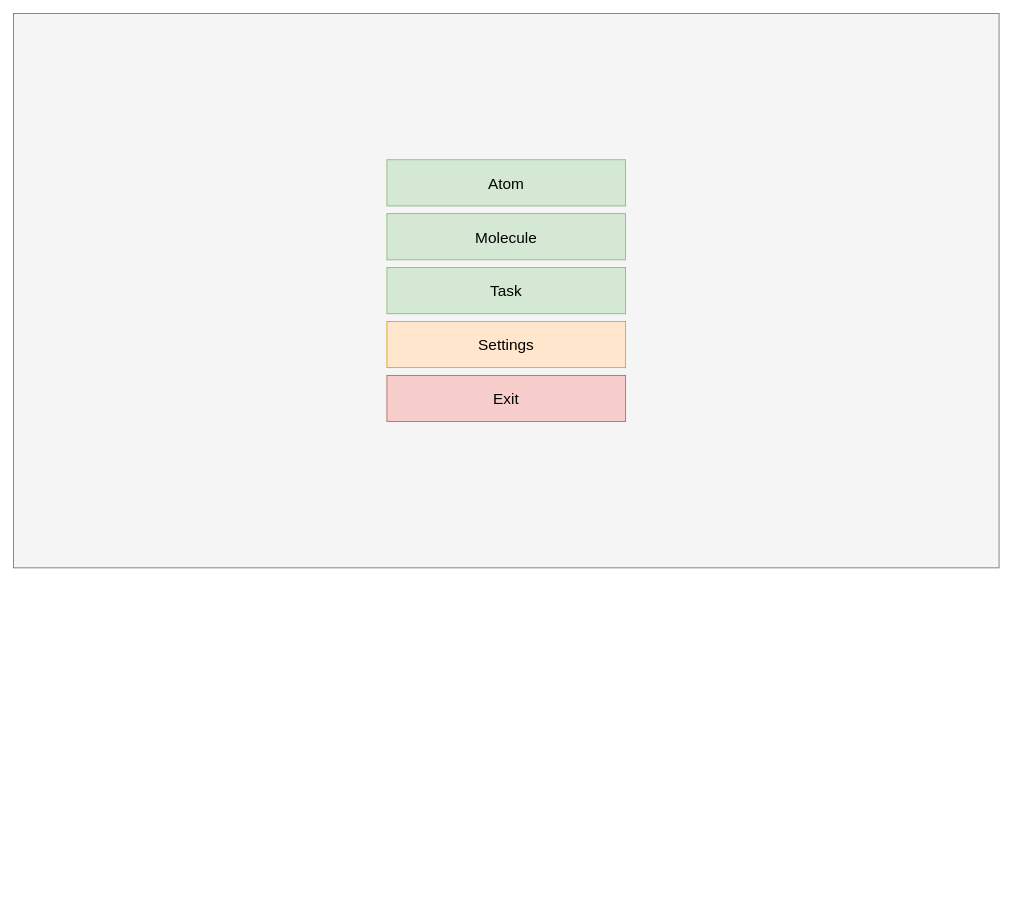
This is page "Main Menu" (1 of 4) of Planning/UX.drawio from KH241/Krypton, a draw.io file, before an edit. Source tidied: cells renumbered, new cells numbered last; positions are measured from the earlier drawing's top-left corner, leaving out a move shared by most shapes. Both pictures are drawn from the tidied source at 77%, with x=0, y=0 at pixel (13, 13).
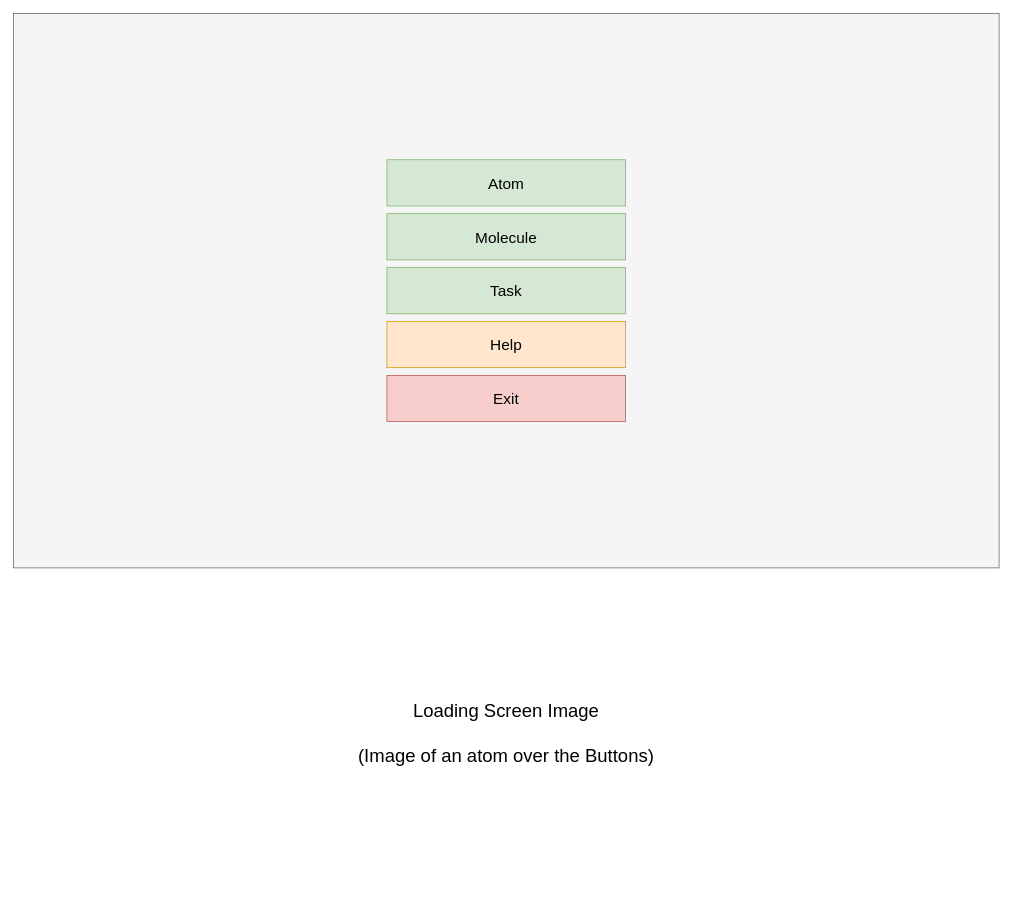
The same diagram, later.

Diff of the diagram source:
```diff
@@
 <mxGraphModel>
   <root>
     <mxCell id="0" />
     <mxCell id="1" parent="0" />
     <mxCell id="2" style="rounded=0;whiteSpace=wrap;html=1;fillColor=#f5f5f5;strokeColor=#666666;fontColor=#333333;" parent="1" vertex="1">
       <mxGeometry width="1280" height="720" as="geometry" />
     </mxCell>
     <mxCell id="3" value="Atom" style="rounded=0;whiteSpace=wrap;html=1;fontSize=20;fillColor=#d5e8d4;strokeColor=#82b366;" parent="1" vertex="1">
       <mxGeometry x="485" y="190" width="310" height="60" as="geometry" />
     </mxCell>
     <mxCell id="4" value="Molecule" style="rounded=0;whiteSpace=wrap;html=1;fontSize=20;fillColor=#d5e8d4;strokeColor=#82b366;" parent="1" vertex="1">
       <mxGeometry x="485" y="260" width="310" height="60" as="geometry" />
     </mxCell>
     <mxCell id="5" value="Exit" style="rounded=0;whiteSpace=wrap;html=1;fontSize=20;fillColor=#f8cecc;strokeColor=#b85450;" parent="1" vertex="1">
       <mxGeometry x="485" y="470" width="310" height="60" as="geometry" />
     </mxCell>
-    <mxCell id="6" value="Settings" style="rounded=0;whiteSpace=wrap;html=1;fontSize=20;fillColor=#ffe6cc;strokeColor=#d79b00;" parent="1" vertex="1">
+    <mxCell id="6" value="Help" style="rounded=0;whiteSpace=wrap;html=1;fontSize=20;fillColor=#ffe6cc;strokeColor=#d79b00;" parent="1" vertex="1">
       <mxGeometry x="485" y="400" width="310" height="60" as="geometry" />
     </mxCell>
     <mxCell id="7" value="Task" style="rounded=0;whiteSpace=wrap;html=1;fontSize=20;fillColor=#d5e8d4;strokeColor=#82b366;" parent="1" vertex="1">
       <mxGeometry x="485" y="330" width="310" height="60" as="geometry" />
     </mxCell>
+    <mxCell id="8" value="Loading Screen Image&lt;br&gt;&lt;br&gt;(Image of an atom over the Buttons)" style="text;html=1;strokeColor=none;fillColor=none;align=center;verticalAlign=middle;whiteSpace=wrap;rounded=0;fontSize=24;" parent="1" vertex="1">
+      <mxGeometry y="720" width="1280" height="430" as="geometry" />
+    </mxCell>
   </root>
 </mxGraphModel>
```
